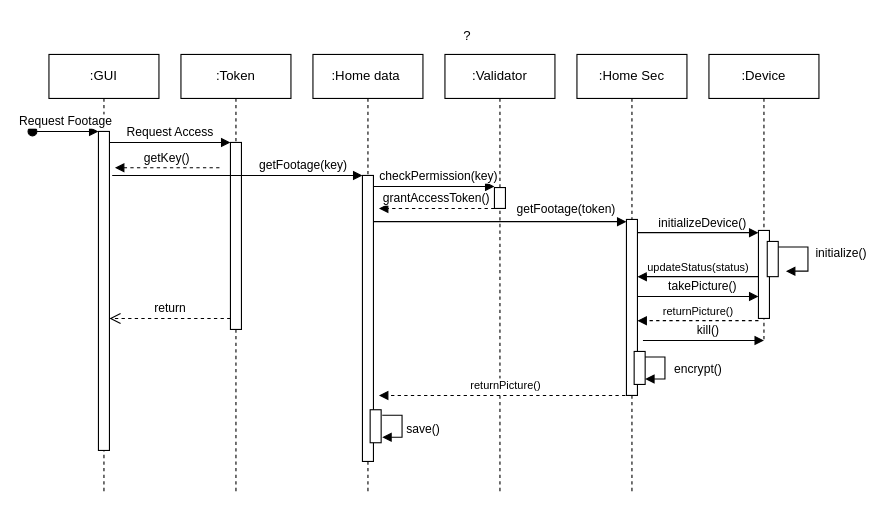
The draw.io diagram Diagrama sin título.drawio in zelcam4ever/SoftwareArch, before the edit. Source tidied: cells renumbered, new cells numbered last; positions are measured from the earlier drawing's top-left corner, leaving out a move shared by most shapes. Both pictures are drawn from the tidied source at 110%, with x=0, y=0 at pixel (32, 19).
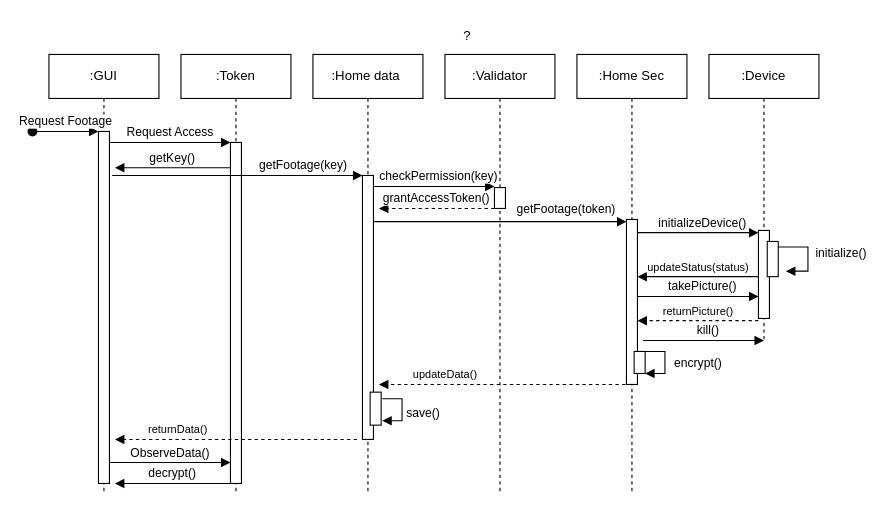
Above is the later version.

Unchanged cells that the change refers to:
```xml
<mxCell id="2" value=":GUI" style="shape=umlLifeline;perimeter=lifelinePerimeter;whiteSpace=wrap;html=1;newEdgeStyle={&quot;edgeStyle&quot;:&quot;elbowEdgeStyle&quot;,&quot;elbow&quot;:&quot;vertical&quot;,&quot;curved&quot;:0,&quot;rounded&quot;:0};" parent="1" vertex="1">
  <mxGeometry x="15" y="32" width="100" height="400" as="geometry" />
</mxCell>
<mxCell id="5" value=":Token" style="shape=umlLifeline;perimeter=lifelinePerimeter;whiteSpace=wrap;html=1;newEdgeStyle={&quot;edgeStyle&quot;:&quot;elbowEdgeStyle&quot;,&quot;elbow&quot;:&quot;vertical&quot;,&quot;curved&quot;:0,&quot;rounded&quot;:0};" parent="1" vertex="1">
  <mxGeometry x="135" y="32" width="100" height="400" as="geometry" />
</mxCell>
<mxCell id="10" value=":Home data&amp;nbsp;" style="shape=umlLifeline;perimeter=lifelinePerimeter;whiteSpace=wrap;html=1;newEdgeStyle={&quot;edgeStyle&quot;:&quot;elbowEdgeStyle&quot;,&quot;elbow&quot;:&quot;vertical&quot;,&quot;curved&quot;:0,&quot;rounded&quot;:0};" parent="1" vertex="1">
  <mxGeometry x="255" y="32" width="100" height="400" as="geometry" />
</mxCell>
<mxCell id="15" value=":Home Sec" style="shape=umlLifeline;perimeter=lifelinePerimeter;whiteSpace=wrap;html=1;newEdgeStyle={&quot;edgeStyle&quot;:&quot;elbowEdgeStyle&quot;,&quot;elbow&quot;:&quot;vertical&quot;,&quot;curved&quot;:0,&quot;rounded&quot;:0};" parent="1" vertex="1">
  <mxGeometry x="495" y="32" width="100" height="400" as="geometry" />
</mxCell>
```

Diff of the diagram source:
```diff
@@
     <mxCell id="3" style="html=1;points=[];perimeter=orthogonalPerimeter;outlineConnect=0;targetShapes=umlLifeline;portConstraint=eastwest;newEdgeStyle={&quot;edgeStyle&quot;:&quot;elbowEdgeStyle&quot;,&quot;elbow&quot;:&quot;vertical&quot;,&quot;curved&quot;:0,&quot;rounded&quot;:0};" parent="2" vertex="1">
-      <mxGeometry x="45" y="70" width="10" height="290" as="geometry" />
+      <mxGeometry x="45" y="70" width="10" height="320" as="geometry" />
     </mxCell>
@@
     <mxCell id="6" style="html=1;points=[];perimeter=orthogonalPerimeter;outlineConnect=0;targetShapes=umlLifeline;portConstraint=eastwest;newEdgeStyle={&quot;edgeStyle&quot;:&quot;elbowEdgeStyle&quot;,&quot;elbow&quot;:&quot;vertical&quot;,&quot;curved&quot;:0,&quot;rounded&quot;:0};" parent="5" vertex="1">
-      <mxGeometry x="45" y="80" width="10" height="170" as="geometry" />
+      <mxGeometry x="45" y="80" width="10" height="310" as="geometry" />
     </mxCell>
@@
-    <mxCell id="8" value="return" style="html=1;verticalAlign=bottom;endArrow=open;dashed=1;endSize=8;edgeStyle=elbowEdgeStyle;elbow=vertical;curved=0;rounded=0;" parent="1" edge="1" source="6" target="3">
-      <mxGeometry relative="1" as="geometry">
-        <Array as="points">
-          <mxPoint x="165" y="272" />
-        </Array>
-      </mxGeometry>
-    </mxCell>
-    <mxCell id="9" value="getKey()" style="html=1;verticalAlign=bottom;endArrow=block;edgeStyle=elbowEdgeStyle;elbow=vertical;curved=0;rounded=0;dashed=1;" parent="1" edge="1">
+    <mxCell id="9" value="getKey()" style="html=1;verticalAlign=bottom;endArrow=block;edgeStyle=elbowEdgeStyle;elbow=vertical;curved=0;rounded=0;" parent="1" edge="1" source="6">
       <mxGeometry relative="1" as="geometry">
-        <mxPoint x="170" y="135" as="sourcePoint" />
         <mxPoint x="75" y="135" as="targetPoint" />
         <Array as="points">
           <mxPoint x="165" y="135" />
         </Array>
       </mxGeometry>
     </mxCell>
@@
     <mxCell id="11" style="html=1;perimeter=orthogonalPerimeter;targetShapes=umlLifeline;newEdgeStyle={&quot;edgeStyle&quot;:&quot;elbowEdgeStyle&quot;,&quot;elbow&quot;:&quot;vertical&quot;,&quot;curved&quot;:0,&quot;rounded&quot;:0};" parent="10" vertex="1">
-      <mxGeometry x="45" y="110" width="10" height="260" as="geometry" />
+      <mxGeometry x="45" y="110" width="10" height="240" as="geometry" />
     </mxCell>
     <mxCell id="12" style="html=1;perimeter=orthogonalPerimeter;targetShapes=umlLifeline;newEdgeStyle={&quot;edgeStyle&quot;:&quot;elbowEdgeStyle&quot;,&quot;elbow&quot;:&quot;vertical&quot;,&quot;curved&quot;:0,&quot;rounded&quot;:0};" parent="10" vertex="1">
-      <mxGeometry x="52" y="323" width="10" height="30" as="geometry" />
+      <mxGeometry x="52" y="307" width="10" height="30" as="geometry" />
     </mxCell>
@@
     <mxCell id="16" style="html=1;perimeter=orthogonalPerimeter;targetShapes=umlLifeline;newEdgeStyle={&quot;edgeStyle&quot;:&quot;elbowEdgeStyle&quot;,&quot;elbow&quot;:&quot;vertical&quot;,&quot;curved&quot;:0,&quot;rounded&quot;:0};" parent="15" vertex="1">
-      <mxGeometry x="45" y="150" width="10" height="160" as="geometry" />
+      <mxGeometry x="45" y="150" width="10" height="150" as="geometry" />
     </mxCell>
     <mxCell id="17" style="html=1;points=[];perimeter=orthogonalPerimeter;outlineConnect=0;targetShapes=umlLifeline;portConstraint=eastwest;newEdgeStyle={&quot;edgeStyle&quot;:&quot;elbowEdgeStyle&quot;,&quot;elbow&quot;:&quot;vertical&quot;,&quot;curved&quot;:0,&quot;rounded&quot;:0};" parent="15" vertex="1">
-      <mxGeometry x="52" y="270" width="10" height="30" as="geometry" />
+      <mxGeometry x="52" y="270" width="10" height="20" as="geometry" />
     </mxCell>
@@
-    <mxCell id="33" value="&lt;font style=&quot;font-size: 10px;&quot;&gt;returnPicture()&lt;/font&gt;" style="html=1;verticalAlign=bottom;endArrow=block;edgeStyle=elbowEdgeStyle;elbow=vertical;curved=0;rounded=0;dashed=1;" parent="1" edge="1">
-      <mxGeometry relative="1" as="geometry">
-        <mxPoint x="545" y="342" as="sourcePoint" />
-        <mxPoint x="315" y="342" as="targetPoint" />
+    <mxCell id="33" value="&lt;font style=&quot;font-size: 10px;&quot;&gt;updateData()&lt;/font&gt;" style="html=1;verticalAlign=bottom;endArrow=block;edgeStyle=elbowEdgeStyle;elbow=vertical;curved=0;rounded=0;dashed=1;" parent="1" edge="1">
+      <mxGeometry x="0.48" relative="1" as="geometry">
+        <mxPoint x="545" y="332" as="sourcePoint" />
+        <mxPoint x="315" y="332" as="targetPoint" />
         <Array as="points">
-          <mxPoint x="540" y="342" />
+          <mxPoint x="540" y="332" />
         </Array>
       </mxGeometry>
     </mxCell>
     <mxCell id="34" value="save()" style="html=1;verticalAlign=bottom;endArrow=block;edgeStyle=elbowEdgeStyle;rounded=0;" parent="1" edge="1">
       <mxGeometry x="0.36" y="19" relative="1" as="geometry">
-        <mxPoint x="318" y="360" as="sourcePoint" />
-        <mxPoint x="318" y="380" as="targetPoint" />
+        <mxPoint x="318" y="345" as="sourcePoint" />
+        <mxPoint x="318" y="365" as="targetPoint" />
         <Array as="points">
-          <mxPoint x="336" y="370" />
+          <mxPoint x="336" y="355" />
         </Array>
         <mxPoint x="19" y="-17" as="offset" />
       </mxGeometry>
     </mxCell>
+    <mxCell id="35" value="&lt;font style=&quot;font-size: 10px;&quot;&gt;returnData()&lt;/font&gt;" style="html=1;verticalAlign=bottom;endArrow=block;edgeStyle=elbowEdgeStyle;elbow=vertical;curved=0;rounded=0;dashed=1;" parent="1" edge="1">
+      <mxGeometry x="0.48" relative="1" as="geometry">
+        <mxPoint x="295" y="382" as="sourcePoint" />
+        <mxPoint x="75" y="382" as="targetPoint" />
+        <Array as="points">
+          <mxPoint x="290" y="382" />
+        </Array>
+      </mxGeometry>
+    </mxCell>
+    <mxCell id="36" value="decrypt()" style="html=1;verticalAlign=bottom;endArrow=block;edgeStyle=elbowEdgeStyle;elbow=vertical;curved=0;rounded=0;" parent="1" edge="1">
+      <mxGeometry relative="1" as="geometry">
+        <mxPoint x="180" y="422" as="sourcePoint" />
+        <mxPoint x="75" y="422" as="targetPoint" />
+        <Array as="points">
+          <mxPoint x="165" y="422" />
+        </Array>
+      </mxGeometry>
+    </mxCell>
+    <mxCell id="37" value="ObserveData()" style="html=1;verticalAlign=bottom;endArrow=block;edgeStyle=elbowEdgeStyle;elbow=vertical;curved=0;rounded=0;" parent="1" edge="1">
+      <mxGeometry relative="1" as="geometry">
+        <mxPoint x="70" y="403" as="sourcePoint" />
+        <mxPoint x="180" y="403" as="targetPoint" />
+        <Array as="points">
+          <mxPoint x="155" y="403" />
+        </Array>
+      </mxGeometry>
+    </mxCell>
```
